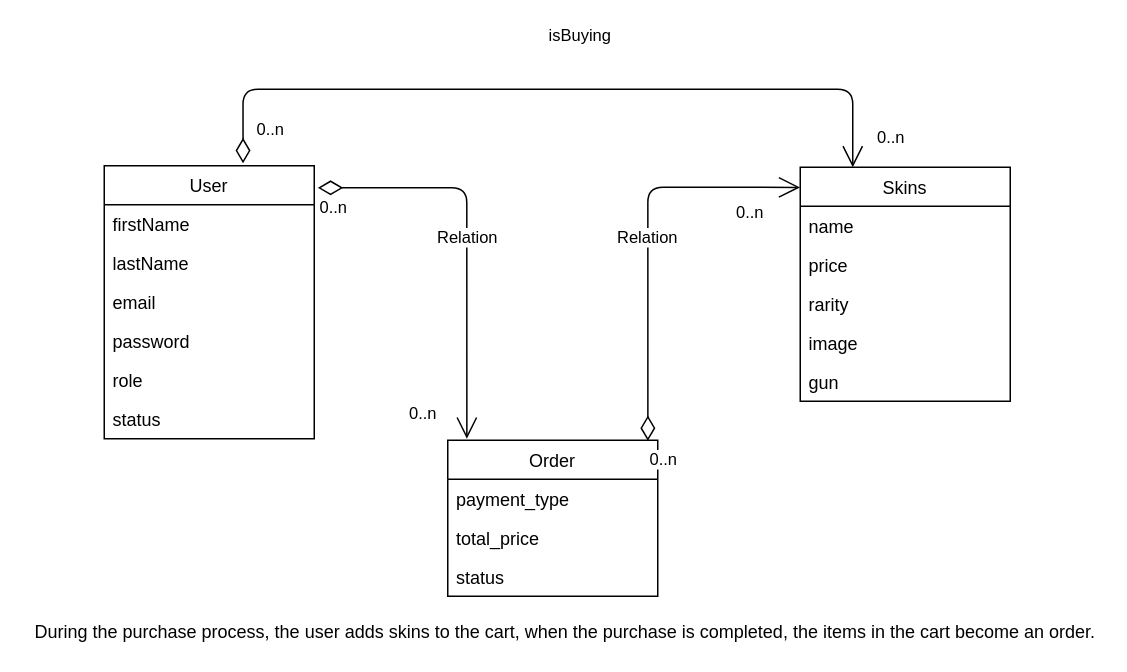
Earlier version of the draw.io diagram docs/models.drawio (LucasGitDev/RadiantStore-Backend). Source tidied: cells renumbered, new cells numbered last; positions are measured from the earlier drawing's top-left corner, leaving out a move shared by most shapes. Both pictures are drawn from the tidied source at 150%, with x=0, y=0 at pixel (26, 88).
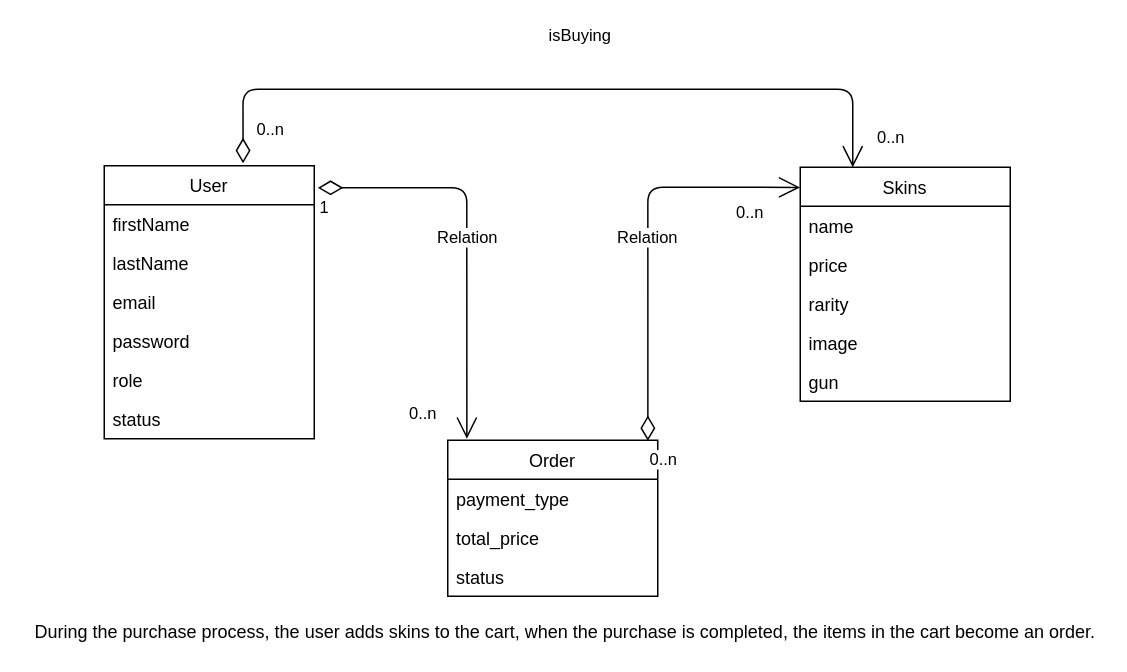
The same page after the edit.

Unchanged cells that the change refers to:
```xml
<mxCell id="22" value="Relation" style="endArrow=open;html=1;endSize=12;startArrow=diamondThin;startSize=14;startFill=0;edgeStyle=orthogonalEdgeStyle;entryX=0.091;entryY=-0.01;entryDx=0;entryDy=0;entryPerimeter=0;exitX=1.017;exitY=0.081;exitDx=0;exitDy=0;exitPerimeter=0;" parent="1" edge="1" source="2" target="18">
  <mxGeometry relative="1" as="geometry" />
</mxCell>
```

The edit, as a diff of the source:
```diff
@@
-    <mxCell id="23" value="0..n" style="edgeLabel;html=1;align=left;verticalAlign=top;" parent="22" vertex="1">
+    <mxCell id="23" value="1" style="edgeLabel;html=1;align=left;verticalAlign=top;" parent="22" vertex="1">
       <mxGeometry x="-1" relative="1" as="geometry" />
     </mxCell>
```
